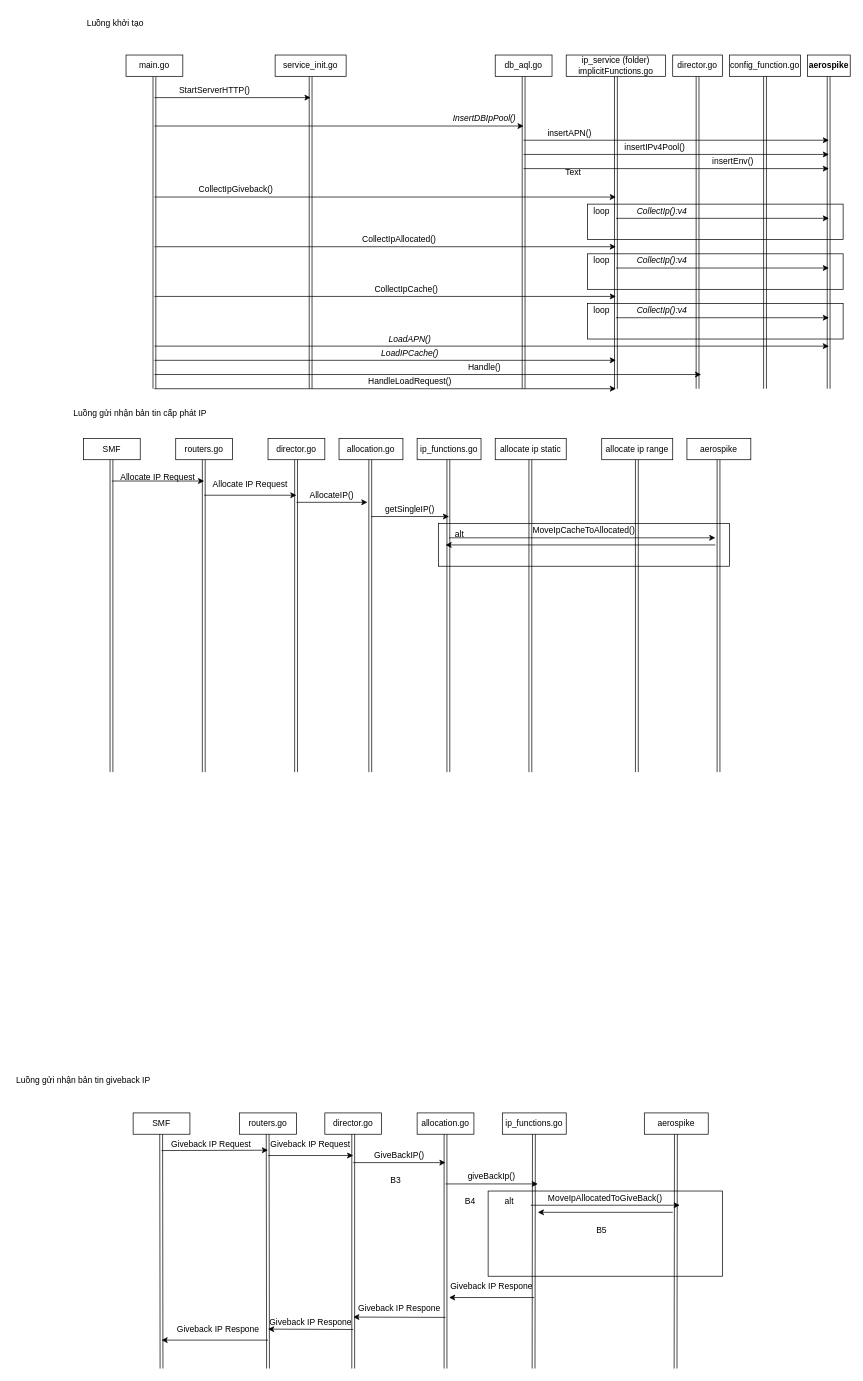
The draw.io diagram Biểu đồ không có tiêu đề.drawio in trinhmn49/Thuc_hanh_PTUDDD, before the edit. Source tidied: cells renumbered, new cells numbered last; positions are measured from the earlier drawing's top-left corner, leaving out a move shared by most shapes. Both pictures are drawn from the tidied source at 71%, with x=0, y=0 at pixel (12, 12).
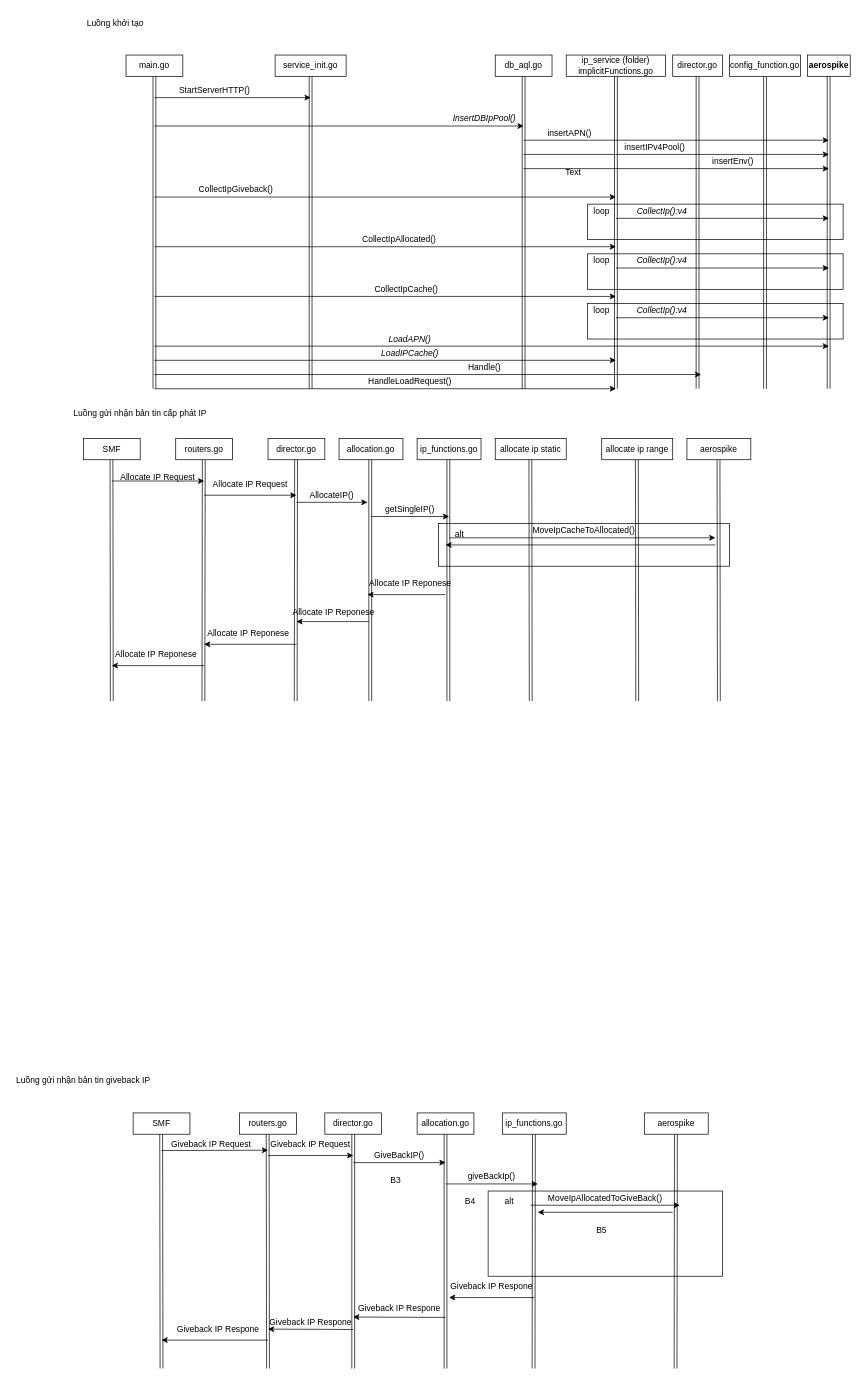
The same page after the edit.

Commit message (it also covers changes not shown here):
Cập nhật Biểu đồ không có tiêu đề.drawio

What changed in the source:
```diff
@@
     <mxCell id="54" style="rounded=0;orthogonalLoop=1;jettySize=auto;html=1;exitX=0.5;exitY=1;exitDx=0;exitDy=0;shape=link;" parent="1" edge="1">
       <mxGeometry relative="1" as="geometry">
         <mxPoint x="139.5" y="630" as="sourcePoint" />
-        <mxPoint x="139.5" y="1070" as="targetPoint" />
+        <mxPoint x="140" y="970" as="targetPoint" />
       </mxGeometry>
     </mxCell>
     <mxCell id="55" style="rounded=0;orthogonalLoop=1;jettySize=auto;html=1;exitX=0.5;exitY=1;exitDx=0;exitDy=0;shape=link;" parent="1" edge="1">
       <mxGeometry relative="1" as="geometry">
         <mxPoint x="269.5" y="630" as="sourcePoint" />
-        <mxPoint x="269.5" y="1070" as="targetPoint" />
+        <mxPoint x="269" y="970" as="targetPoint" />
       </mxGeometry>
     </mxCell>
@@
     <mxCell id="57" style="rounded=0;orthogonalLoop=1;jettySize=auto;html=1;exitX=0.5;exitY=1;exitDx=0;exitDy=0;shape=link;" parent="1" edge="1">
       <mxGeometry relative="1" as="geometry">
         <mxPoint x="399.5" y="630" as="sourcePoint" />
-        <mxPoint x="399.5" y="1070" as="targetPoint" />
+        <mxPoint x="399" y="970" as="targetPoint" />
       </mxGeometry>
     </mxCell>
@@
     <mxCell id="61" style="rounded=0;orthogonalLoop=1;jettySize=auto;html=1;exitX=0.5;exitY=1;exitDx=0;exitDy=0;shape=link;" parent="1" edge="1">
       <mxGeometry relative="1" as="geometry">
         <mxPoint x="504" y="630" as="sourcePoint" />
-        <mxPoint x="504" y="1070" as="targetPoint" />
+        <mxPoint x="504" y="970" as="targetPoint" />
       </mxGeometry>
     </mxCell>
@@
     <mxCell id="105" style="rounded=0;orthogonalLoop=1;jettySize=auto;html=1;exitX=0.5;exitY=1;exitDx=0;exitDy=0;shape=link;" parent="1" edge="1">
       <mxGeometry relative="1" as="geometry">
         <mxPoint x="614" y="630" as="sourcePoint" />
-        <mxPoint x="614" y="1070" as="targetPoint" />
+        <mxPoint x="614" y="970" as="targetPoint" />
       </mxGeometry>
     </mxCell>
@@
     <mxCell id="111" style="rounded=0;orthogonalLoop=1;jettySize=auto;html=1;exitX=0.5;exitY=1;exitDx=0;exitDy=0;shape=link;" parent="1" edge="1">
       <mxGeometry relative="1" as="geometry">
         <mxPoint x="729.5" y="630" as="sourcePoint" />
-        <mxPoint x="729.5" y="1070" as="targetPoint" />
+        <mxPoint x="730" y="970" as="targetPoint" />
       </mxGeometry>
     </mxCell>
     <mxCell id="112" style="rounded=0;orthogonalLoop=1;jettySize=auto;html=1;exitX=0.5;exitY=1;exitDx=0;exitDy=0;shape=link;" parent="1" edge="1">
       <mxGeometry relative="1" as="geometry">
         <mxPoint x="879.5" y="630" as="sourcePoint" />
-        <mxPoint x="879.5" y="1070" as="targetPoint" />
+        <mxPoint x="880" y="970" as="targetPoint" />
       </mxGeometry>
     </mxCell>
     <mxCell id="113" style="rounded=0;orthogonalLoop=1;jettySize=auto;html=1;exitX=0.5;exitY=1;exitDx=0;exitDy=0;shape=link;" parent="1" edge="1">
       <mxGeometry relative="1" as="geometry">
         <mxPoint x="994.5" y="630" as="sourcePoint" />
-        <mxPoint x="994.5" y="1070" as="targetPoint" />
+        <mxPoint x="995" y="970" as="targetPoint" />
       </mxGeometry>
     </mxCell>
@@
+    <mxCell id="122" style="endArrow=classic;html=1;rounded=0;" parent="1" edge="1">
+      <mxGeometry relative="1" as="geometry">
+        <mxPoint x="610" y="820" as="sourcePoint" />
+        <mxPoint x="500" y="820" as="targetPoint" />
+      </mxGeometry>
+    </mxCell>
+    <mxCell id="123" value="Allocate IP Reponese" style="text;html=1;strokeColor=none;fillColor=none;align=center;verticalAlign=middle;whiteSpace=wrap;rounded=0;" parent="1" vertex="1">
+      <mxGeometry x="497.5" y="790" width="125" height="30" as="geometry" />
+    </mxCell>
+    <mxCell id="124" value="Allocate IP Reponese" style="text;html=1;strokeColor=none;fillColor=none;align=center;verticalAlign=middle;whiteSpace=wrap;rounded=0;" parent="1" vertex="1">
+      <mxGeometry x="390" y="830" width="125" height="30" as="geometry" />
+    </mxCell>
+    <mxCell id="125" style="endArrow=classic;html=1;rounded=0;exitX=0.896;exitY=0.933;exitDx=0;exitDy=0;exitPerimeter=0;" parent="1" edge="1" source="124">
+      <mxGeometry relative="1" as="geometry">
+        <mxPoint x="400" y="858" as="targetPoint" />
+      </mxGeometry>
+    </mxCell>
+    <mxCell id="126" value="Allocate IP Reponese" style="text;html=1;strokeColor=none;fillColor=none;align=center;verticalAlign=middle;whiteSpace=wrap;rounded=0;" parent="1" vertex="1">
+      <mxGeometry x="270" y="860" width="125" height="30" as="geometry" />
+    </mxCell>
+    <mxCell id="127" style="endArrow=classic;html=1;rounded=0;entryX=0;entryY=1;entryDx=0;entryDy=0;" parent="1" edge="1" target="126">
+      <mxGeometry relative="1" as="geometry">
+        <mxPoint x="400" y="890" as="sourcePoint" />
+      </mxGeometry>
+    </mxCell>
+    <mxCell id="128" value="Allocate IP Reponese" style="text;html=1;strokeColor=none;fillColor=none;align=center;verticalAlign=middle;whiteSpace=wrap;rounded=0;" parent="1" vertex="1">
+      <mxGeometry x="140" y="890" width="125" height="30" as="geometry" />
+    </mxCell>
+    <mxCell id="129" style="endArrow=classic;html=1;rounded=0;entryX=0;entryY=1;entryDx=0;entryDy=0;" parent="1" edge="1" target="128">
+      <mxGeometry relative="1" as="geometry">
+        <mxPoint x="270" y="920" as="sourcePoint" />
+      </mxGeometry>
+    </mxCell>
```
